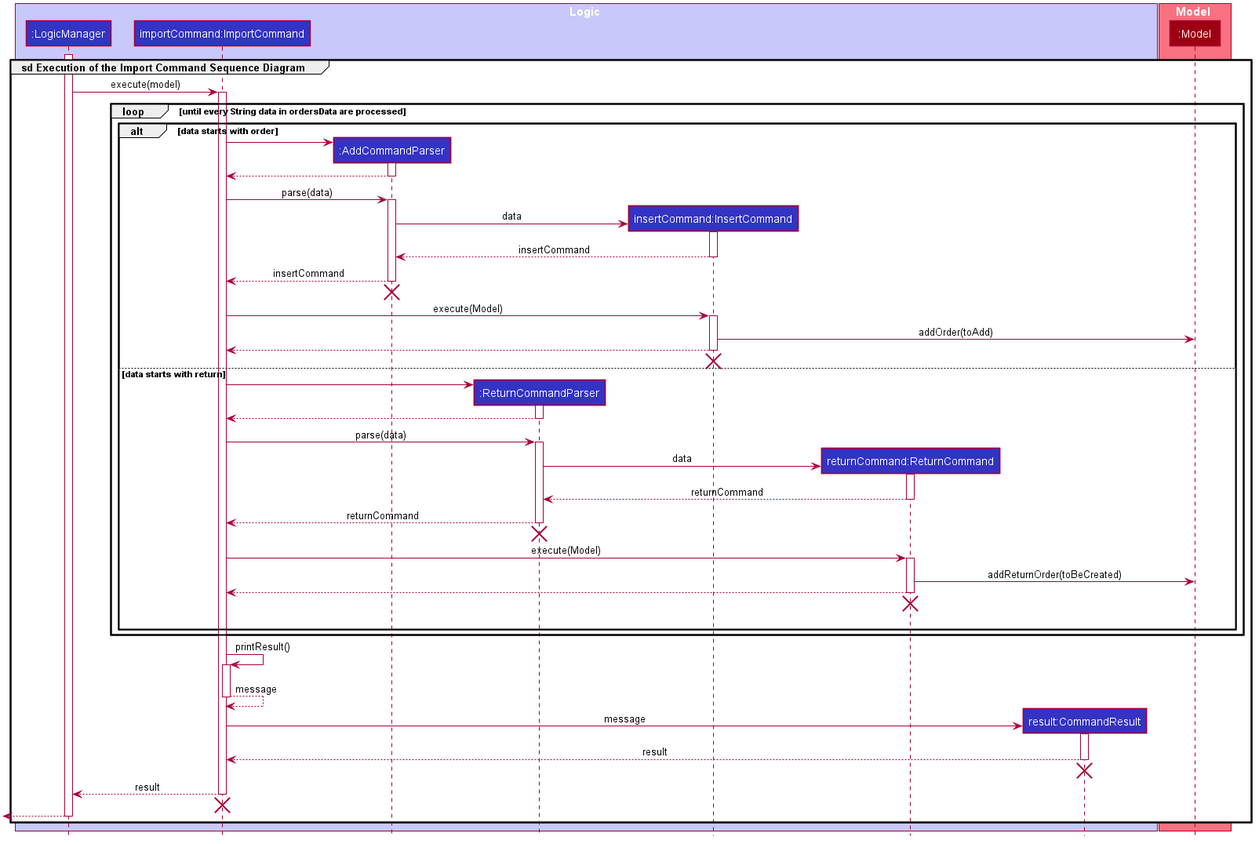
Earlier version of the PlantUML export docs/images/ImportCommandSequenceDiagram2.png (nus-cs2103-AY1920S2/addressbook-level3).
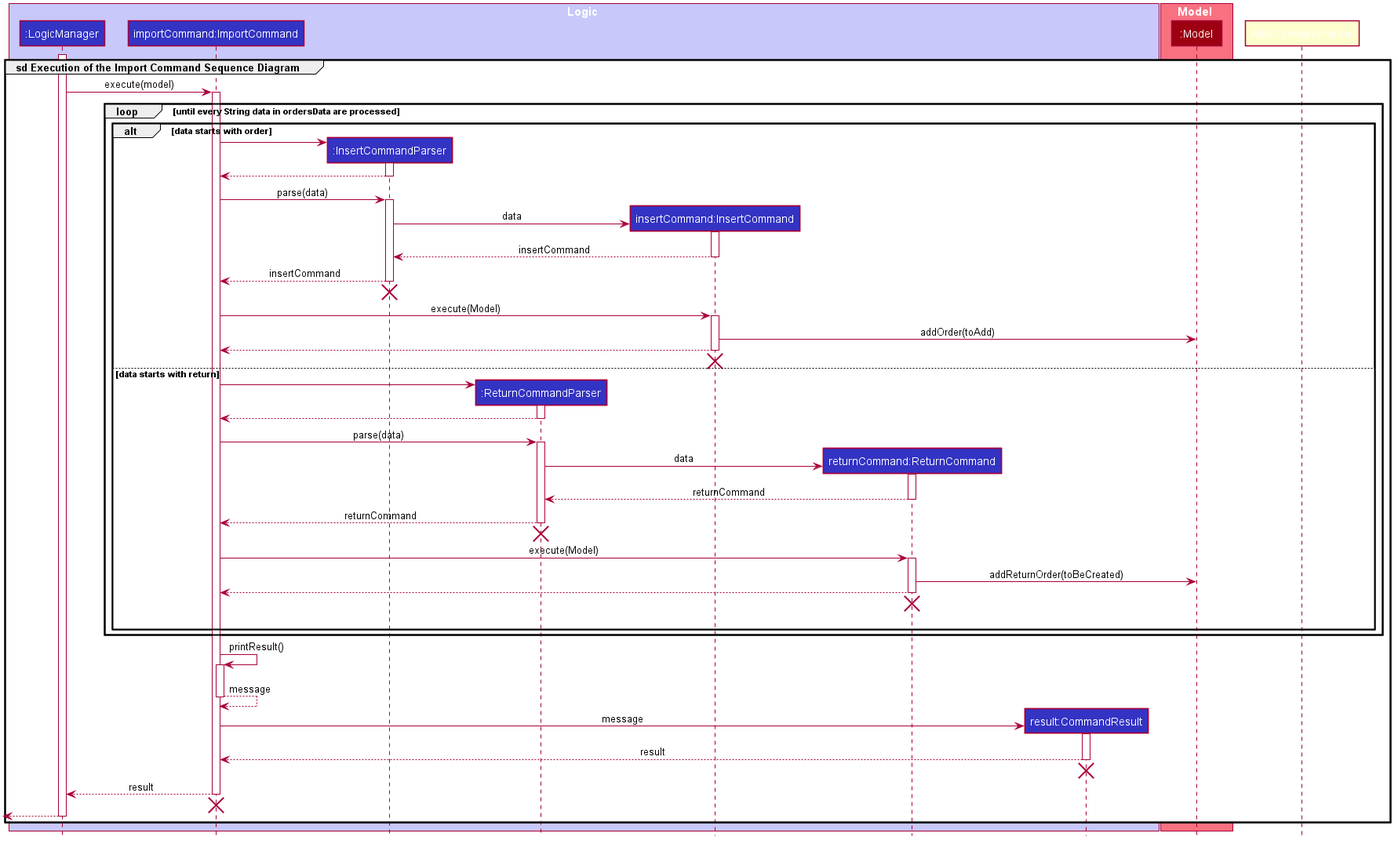
Above is the later version.

Diff of the diagram source:
```diff
@@ -50,7 +50,7 @@
 box Logic #C8C8FA
 participant ":LogicManager" as LogicManager #3333C4
 participant "importCommand:ImportCommand" as ImportCommand #3333C4
-participant ":AddCommandParser" as AddCommandParser #3333C4
+participant ":InsertCommandParser" as InsertCommandParser #3333C4
 participant ":ReturnCommandParser" as ReturnCommandParser #3333C4
 participant "insertCommand:InsertCommand" as InsertCommand #3333C4
 participant "returnCommand:ReturnCommand" as ReturnCommand #3333C4
@@ -69,22 +69,22 @@
 
 loop until every String data in ordersData are processed
     alt data starts with order
-        create AddCommandParser
-        ImportCommand -> AddCommandParser ++
+        create InsertCommandParser
+        ImportCommand -> InsertCommandParser ++
 
-        AddCommandParser --> ImportCommand --
+        InsertCommandParser --> ImportCommand --
 
-        ImportCommand -> AddCommandParser ++ : parse(data)
+        ImportCommand -> InsertCommandParser ++ : parse(data)
 
         create InsertCommand
-        AddCommandParser -> InsertCommand ++ : data
+        InsertCommandParser -> InsertCommand ++ : data
 
-        InsertCommand --> AddCommandParser -- : insertCommand
+        InsertCommand --> InsertCommandParser -- : insertCommand
 
-        AddCommandParser --> ImportCommand -- : insertCommand
+        InsertCommandParser --> ImportCommand -- : insertCommand
 
-        AddCommandParser -[hidden]-> ImportCommand
-        destroy AddCommandParser
+        InsertCommandParser -[hidden]-> ImportCommand
+        destroy InsertCommandParser
 
         ImportCommand -> InsertCommand ++ : execute(Model)
 
```
